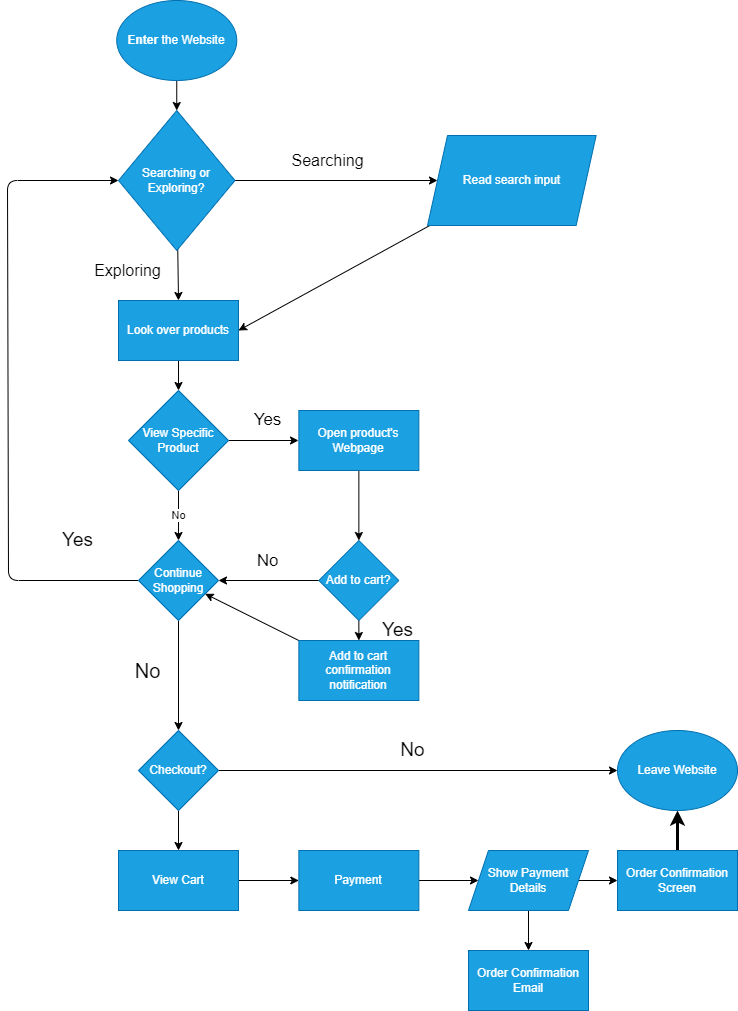
This is explore/diagramming/diagram.drawio.png from Mive667/sp23-cse110-lab4, a draw.io export, as it was before one commit. Source tidied: cells renumbered, new cells last; positions are measured from the earlier drawing's top-left corner, leaving out a move shared by most shapes.
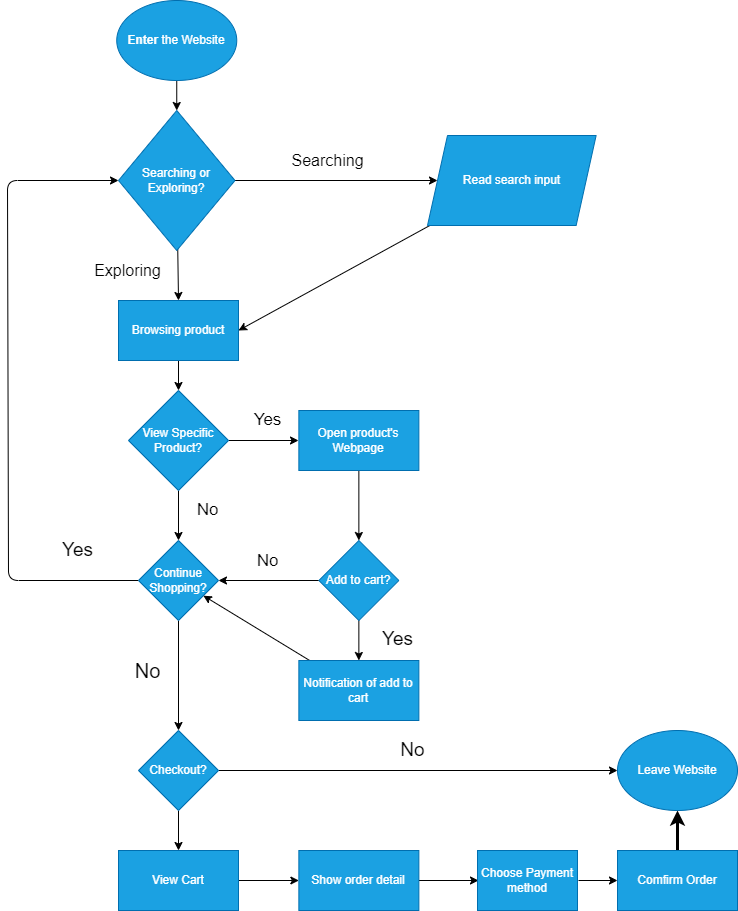
The same file after the commit.

Diff of the diagram source:
```diff
@@ -28,18 +28,18 @@
     <mxCell id="9" style="edgeStyle=none;html=1;entryX=0.5;entryY=0;entryDx=0;entryDy=0;" parent="1" edge="1" source="10" target="13">
       <mxGeometry relative="1" as="geometry" />
     </mxCell>
-    <mxCell id="10" value="Look over products" style="rounded=0;whiteSpace=wrap;html=1;fillColor=#1ba1e2;fontColor=#ffffff;strokeColor=#006EAF;" parent="1" vertex="1">
+    <mxCell id="10" value="Browsing product" style="rounded=0;whiteSpace=wrap;html=1;fillColor=#1ba1e2;fontColor=#ffffff;strokeColor=#006EAF;" parent="1" vertex="1">
       <mxGeometry x="111" y="300" width="120" height="60" as="geometry" />
     </mxCell>
-    <mxCell id="11" value="No" style="edgeStyle=none;html=1;" parent="1" edge="1" source="13" target="17">
-      <mxGeometry relative="1" as="geometry" />
+    <mxCell id="11" value="No" style="edgeStyle=none;html=1;fontSize=17;" parent="1" edge="1" source="13" target="17">
+      <mxGeometry x="-0.2" y="29" relative="1" as="geometry" />
     </mxCell>
     <mxCell id="12" value="Yes" style="edgeStyle=none;html=1;entryX=0;entryY=0.5;entryDx=0;entryDy=0;fontSize=17;" parent="1" edge="1" source="13">
       <mxGeometry x="0.11" y="20" relative="1" as="geometry">
         <mxPoint x="291" y="440" as="targetPoint" />
       </mxGeometry>
     </mxCell>
-    <mxCell id="13" value="View Specific Product" style="rhombus;whiteSpace=wrap;html=1;fillColor=#1ba1e2;fontColor=#ffffff;strokeColor=#006EAF;" parent="1" vertex="1">
+    <mxCell id="13" value="View Specific Product?" style="rhombus;whiteSpace=wrap;html=1;fillColor=#1ba1e2;fontColor=#ffffff;strokeColor=#006EAF;" parent="1" vertex="1">
       <mxGeometry x="121" y="390" width="100" height="100" as="geometry" />
     </mxCell>
     <mxCell id="14" style="edgeStyle=none;html=1;entryX=0;entryY=0.5;entryDx=0;entryDy=0;" parent="1" edge="1" source="17" target="6">
@@ -52,7 +52,7 @@
     </mxCell>
     <mxCell id="15" value="&lt;p style=&quot;line-height: 150%;&quot;&gt;&lt;font style=&quot;font-size: 19px;&quot;&gt;Yes&lt;/font&gt;&lt;/p&gt;" style="edgeLabel;html=1;align=center;verticalAlign=middle;" parent="14" vertex="1">
       <mxGeometry x="-0.76" y="-1" relative="1" as="geometry">
-        <mxPoint x="15" y="-39" as="offset" />
+        <mxPoint x="15" y="-29" as="offset" />
       </mxGeometry>
     </mxCell>
     <mxCell id="16" value="No" style="edgeStyle=none;html=1;entryX=0.5;entryY=0;entryDx=0;entryDy=0;fontSize=20;" parent="1" edge="1" source="17" target="28">
@@ -60,7 +60,7 @@
         <mxPoint y="-1" as="offset" />
       </mxGeometry>
     </mxCell>
-    <mxCell id="17" value="Continue Shopping" style="rhombus;whiteSpace=wrap;html=1;fillColor=#1ba1e2;fontColor=#ffffff;strokeColor=#006EAF;" parent="1" vertex="1">
+    <mxCell id="17" value="Continue Shopping?" style="rhombus;whiteSpace=wrap;html=1;fillColor=#1ba1e2;fontColor=#ffffff;strokeColor=#006EAF;" parent="1" vertex="1">
       <mxGeometry x="131" y="540" width="80" height="80" as="geometry" />
     </mxCell>
     <mxCell id="18" style="edgeStyle=none;html=1;entryX=1;entryY=0.5;entryDx=0;entryDy=0;" parent="1" edge="1" source="21" target="17">
@@ -82,8 +82,8 @@
     <mxCell id="22" style="edgeStyle=none;html=1;" parent="1" edge="1" source="23" target="17">
       <mxGeometry relative="1" as="geometry" />
     </mxCell>
-    <mxCell id="23" value="Add to cart confirmation notification" style="rounded=0;whiteSpace=wrap;html=1;fillColor=#1ba1e2;fontColor=#ffffff;strokeColor=#006EAF;" parent="1" vertex="1">
-      <mxGeometry x="291.4" y="640" width="120" height="60" as="geometry" />
+    <mxCell id="23" value="Notification of add to cart" style="rounded=0;whiteSpace=wrap;html=1;fillColor=#1ba1e2;fontColor=#ffffff;strokeColor=#006EAF;" parent="1" vertex="1">
+      <mxGeometry x="291.4" y="660" width="120" height="60" as="geometry" />
     </mxCell>
     <mxCell id="24" style="edgeStyle=none;html=1;" parent="1" edge="1" source="25" target="21">
       <mxGeometry relative="1" as="geometry" />
@@ -106,28 +106,26 @@
     <mxCell id="30" value="View Cart" style="rounded=0;whiteSpace=wrap;html=1;fillColor=#1ba1e2;fontColor=#ffffff;strokeColor=#006EAF;" parent="1" vertex="1">
       <mxGeometry x="111" y="850" width="120" height="60" as="geometry" />
     </mxCell>
-    <mxCell id="31" style="edgeStyle=none;html=1;" parent="1" edge="1" source="32" target="35">
-      <mxGeometry relative="1" as="geometry" />
+    <mxCell id="31" style="edgeStyle=none;html=1;" parent="1" edge="1" source="32">
+      <mxGeometry relative="1" as="geometry">
+        <mxPoint x="471" y="880" as="targetPoint" />
+      </mxGeometry>
     </mxCell>
-    <mxCell id="32" value="Payment" style="rounded=0;whiteSpace=wrap;html=1;fillColor=#1ba1e2;fontColor=#ffffff;strokeColor=#006EAF;" parent="1" vertex="1">
+    <mxCell id="32" value="Show order detail" style="rounded=0;whiteSpace=wrap;html=1;fillColor=#1ba1e2;fontColor=#ffffff;strokeColor=#006EAF;" parent="1" vertex="1">
       <mxGeometry x="291.4" y="850" width="120" height="60" as="geometry" />
     </mxCell>
-    <mxCell id="33" style="edgeStyle=none;html=1;entryX=0.5;entryY=0;entryDx=0;entryDy=0;" parent="1" edge="1" source="35" target="36">
-      <mxGeometry relative="1" as="geometry" />
-    </mxCell>
-    <mxCell id="34" style="edgeStyle=none;html=1;" parent="1" edge="1" source="35" target="38">
-      <mxGeometry relative="1" as="geometry" />
+    <mxCell id="34" style="edgeStyle=none;html=1;" parent="1" edge="1" target="38">
+      <mxGeometry relative="1" as="geometry">
+        <mxPoint x="571" y="880" as="sourcePoint" />
+      </mxGeometry>
     </mxCell>
-    <mxCell id="35" value="Show Payment Details" style="shape=parallelogram;perimeter=parallelogramPerimeter;whiteSpace=wrap;html=1;fixedSize=1;fillColor=#1ba1e2;fontColor=#ffffff;strokeColor=#006EAF;" parent="1" vertex="1">
-      <mxGeometry x="461" y="850" width="120" height="60" as="geometry" />
-    </mxCell>
-    <mxCell id="36" value="Order Confirmation Email" style="rounded=0;whiteSpace=wrap;html=1;fillColor=#1ba1e2;fontColor=#ffffff;strokeColor=#006EAF;" parent="1" vertex="1">
-      <mxGeometry x="461" y="950" width="120" height="60" as="geometry" />
+    <mxCell id="36" value="Choose Payment method" style="rounded=0;whiteSpace=wrap;html=1;fillColor=#1ba1e2;fontColor=#ffffff;strokeColor=#006EAF;" parent="1" vertex="1">
+      <mxGeometry x="470" y="850" width="100" height="60" as="geometry" />
     </mxCell>
     <mxCell id="37" style="edgeStyle=none;html=1;exitX=0.5;exitY=0;exitDx=0;exitDy=0;entryX=0.5;entryY=1;entryDx=0;entryDy=0;strokeWidth=3;fontSize=19;" parent="1" edge="1" source="38" target="39">
       <mxGeometry relative="1" as="geometry" />
     </mxCell>
-    <mxCell id="38" value="Order Confirmation Screen" style="rounded=0;whiteSpace=wrap;html=1;fillColor=#1ba1e2;fontColor=#ffffff;strokeColor=#006EAF;" parent="1" vertex="1">
+    <mxCell id="38" value="Comfirm Order" style="rounded=0;whiteSpace=wrap;html=1;fillColor=#1ba1e2;fontColor=#ffffff;strokeColor=#006EAF;" parent="1" vertex="1">
       <mxGeometry x="610" y="850" width="120" height="60" as="geometry" />
     </mxCell>
     <mxCell id="39" value="Leave Website" style="ellipse;whiteSpace=wrap;html=1;fillColor=#1ba1e2;fontColor=#ffffff;strokeColor=#006EAF;" parent="1" vertex="1">
```
